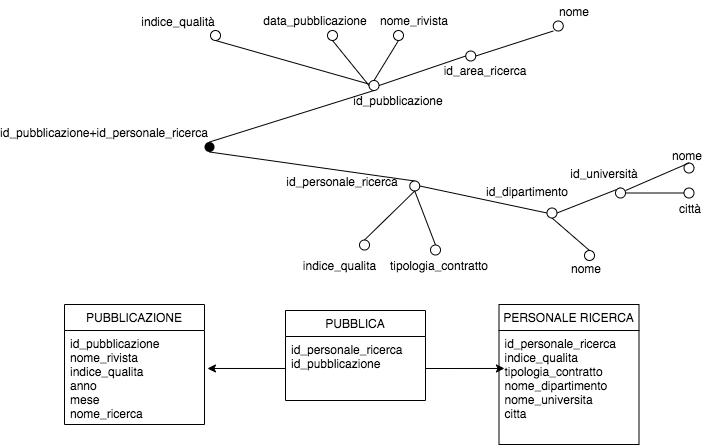
Before: res/attribute's_tree/pubblica/pubblica_fatto_star.png, a diagram exported from draw.io (dariocurr/bdm_project). Source tidied: cells renumbered, new cells last; positions are measured from the earlier drawing's top-left corner, leaving out a move shared by most shapes.
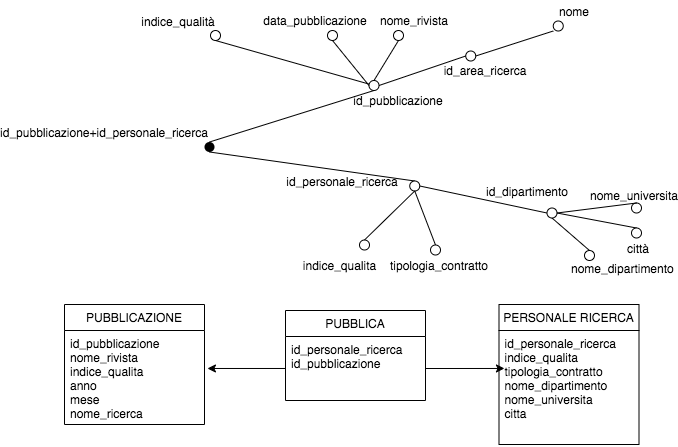
The same diagram one commit later.

Commit message:
rimozione id_universita

What changed in the source:
```diff
@@ -62,7 +62,7 @@
     <mxCell id="21" style="shape=ellipse;html=1;flipV=1;" parent="1" vertex="1">
       <mxGeometry x="482.5" y="207.5" width="10" height="10" as="geometry" />
     </mxCell>
-    <mxCell id="22" value="nome" style="text;html=1;align=left;verticalAlign=middle;whiteSpace=wrap;rounded=0;" parent="1" vertex="1">
+    <mxCell id="22" value="nome_dipartimento" style="text;html=1;align=left;verticalAlign=middle;whiteSpace=wrap;rounded=0;" parent="1" vertex="1">
       <mxGeometry x="505" y="257.5" width="40" height="20" as="geometry" />
     </mxCell>
     <mxCell id="23" style="shape=ellipse;html=1;flipV=1;" parent="1" vertex="1">
@@ -71,41 +71,28 @@
     <mxCell id="24" value="id_dipartimento" style="text;html=1;align=center;verticalAlign=middle;whiteSpace=wrap;rounded=0;" parent="1" vertex="1">
       <mxGeometry x="442.5" y="180.5" width="40" height="20" as="geometry" />
     </mxCell>
-    <mxCell id="25" style="edgeStyle=none;rounded=0;jettySize=auto;html=1;endArrow=none;endFill=0;entryX=0.5;entryY=0;entryDx=0;entryDy=0;exitX=1;exitY=0.5;exitDx=0;exitDy=0;" parent="1" edge="1" source="21" target="26">
-      <mxGeometry relative="1" as="geometry" />
-    </mxCell>
-    <mxCell id="26" style="shape=ellipse;html=1;flipV=1;" parent="1" vertex="1">
-      <mxGeometry x="551" y="187.5" width="10" height="10" as="geometry" />
-    </mxCell>
-    <mxCell id="27" value="id_università" style="text;html=1;align=center;verticalAlign=middle;whiteSpace=wrap;rounded=0;" parent="1" vertex="1">
-      <mxGeometry x="520" y="162.5" width="40" height="20" as="geometry" />
-    </mxCell>
     <mxCell id="28" style="edgeStyle=none;rounded=0;jettySize=auto;html=1;endArrow=none;endFill=0;entryX=0.5;entryY=0;entryDx=0;entryDy=0;exitX=1;exitY=0.5;exitDx=0;exitDy=0;" parent="1" edge="1" source="33">
       <mxGeometry relative="1" as="geometry">
-        <mxPoint x="624.5" y="165" as="targetPoint" />
+        <mxPoint x="572" y="205" as="targetPoint" />
       </mxGeometry>
     </mxCell>
-    <mxCell id="29" style="edgeStyle=none;rounded=0;jettySize=auto;html=1;endArrow=none;endFill=0;entryX=0.5;entryY=0;entryDx=0;entryDy=0;exitX=1;exitY=0.5;exitDx=0;exitDy=0;" parent="1" edge="1" source="26">
-      <mxGeometry relative="1" as="geometry">
-        <mxPoint x="624.5" y="192.5" as="targetPoint" />
-      </mxGeometry>
+    <mxCell id="29" style="edgeStyle=none;rounded=0;jettySize=auto;html=1;endArrow=none;endFill=0;entryX=0.5;entryY=0;entryDx=0;entryDy=0;exitX=1;exitY=0.5;exitDx=0;exitDy=0;" parent="1" edge="1" source="21" target="32">
+      <mxGeometry relative="1" as="geometry" />
     </mxCell>
-    <mxCell id="30" value="nome" style="text;html=1;align=center;verticalAlign=middle;whiteSpace=wrap;rounded=0;" parent="1" vertex="1">
-      <mxGeometry x="602.5" y="144.5" width="40" height="20" as="geometry" />
+    <mxCell id="30" value="nome_universita" style="text;html=1;align=center;verticalAlign=middle;whiteSpace=wrap;rounded=0;" parent="1" vertex="1">
+      <mxGeometry x="550" y="184.5" width="40" height="20" as="geometry" />
     </mxCell>
     <mxCell id="31" value="città" style="text;html=1;align=center;verticalAlign=middle;whiteSpace=wrap;rounded=0;" parent="1" vertex="1">
-      <mxGeometry x="606" y="197.5" width="40" height="20" as="geometry" />
+      <mxGeometry x="553.5" y="237.5" width="40" height="20" as="geometry" />
     </mxCell>
     <mxCell id="32" style="shape=ellipse;html=1;flipV=1;" parent="1" vertex="1">
-      <mxGeometry x="619.5" y="187.5" width="10" height="10" as="geometry" />
+      <mxGeometry x="567" y="227.5" width="10" height="10" as="geometry" />
     </mxCell>
     <mxCell id="33" style="shape=ellipse;html=1;flipV=1;" parent="1" vertex="1">
-      <mxGeometry x="619.5" y="162.5" width="10" height="10" as="geometry" />
+      <mxGeometry x="567" y="202.5" width="10" height="10" as="geometry" />
     </mxCell>
-    <mxCell id="34" style="edgeStyle=none;rounded=0;jettySize=auto;html=1;endArrow=none;endFill=0;entryX=0.5;entryY=0;entryDx=0;entryDy=0;exitX=1;exitY=0.5;exitDx=0;exitDy=0;" parent="1" edge="1" target="33">
-      <mxGeometry relative="1" as="geometry">
-        <mxPoint x="561" y="190" as="sourcePoint" />
-      </mxGeometry>
+    <mxCell id="34" style="edgeStyle=none;rounded=0;jettySize=auto;html=1;endArrow=none;endFill=0;entryX=0.5;entryY=0;entryDx=0;entryDy=0;exitX=1;exitY=0.5;exitDx=0;exitDy=0;" parent="1" edge="1" source="21" target="33">
+      <mxGeometry relative="1" as="geometry" />
     </mxCell>
     <mxCell id="35" style="edgeStyle=none;rounded=0;jettySize=auto;html=1;exitX=0.5;exitY=1;exitDx=0;exitDy=0;endArrow=none;endFill=0;" parent="1" edge="1" source="36" target="5">
       <mxGeometry relative="1" as="geometry" />
```
